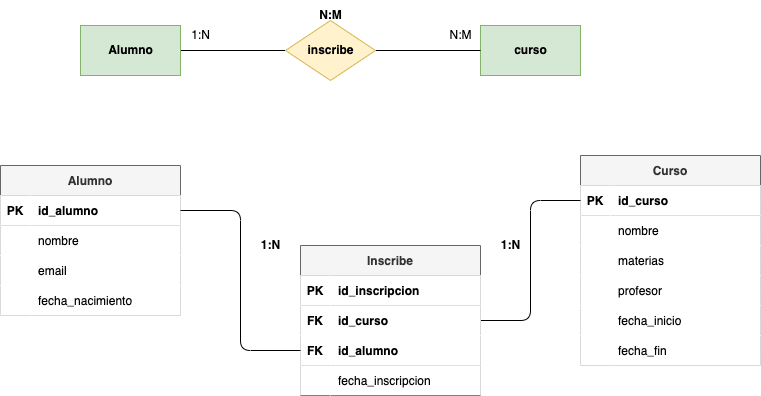
This is tareas/tarea-3/images/ejercicio6.drawio.png from deylansystem/actividadesBAE, a draw.io export, as it was before one commit. Source tidied: cells renumbered, new cells last; positions are measured from the earlier drawing's top-left corner, leaving out a move shared by most shapes.
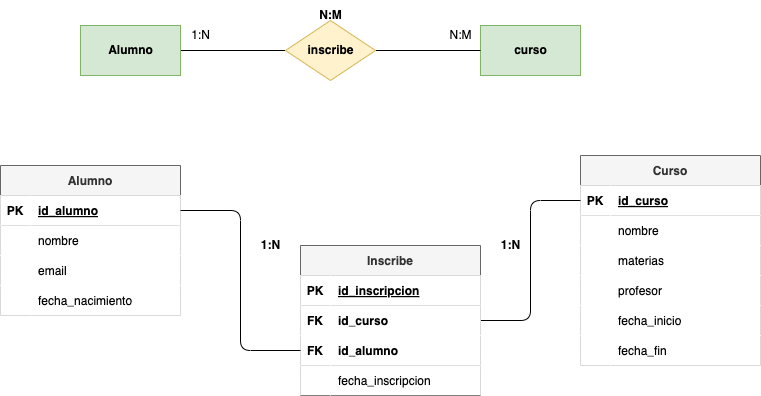
The same file after the commit.

What changed in the source:
```diff
@@ -35,7 +35,7 @@
     <mxCell id="12" value="PK" style="shape=partialRectangle;fillColor=#FFFFFF;top=0;left=0;bottom=0;right=0;fontStyle=1;overflow=hidden;fontColor=#000000;" parent="11" vertex="1">
       <mxGeometry width="30" height="30" as="geometry" />
     </mxCell>
-    <mxCell id="13" value="id_alumno" style="shape=partialRectangle;fillColor=#FFFFFF;top=0;left=0;bottom=0;right=0;align=left;spacingLeft=6;fontStyle=1;overflow=hidden;fontColor=#000000;" parent="11" vertex="1">
+    <mxCell id="13" value="id_alumno" style="shape=partialRectangle;fillColor=#FFFFFF;top=0;left=0;bottom=0;right=0;align=left;spacingLeft=6;fontStyle=5;overflow=hidden;fontColor=#000000;" parent="11" vertex="1">
       <mxGeometry x="30" width="150" height="30" as="geometry" />
     </mxCell>
     <mxCell id="14" style="shape=tableRow;horizontal=0;startSize=0;swimlaneHead=0;swimlaneBody=0;fillColor=#FFFFFF;top=0;left=0;right=0;bottom=0;fontColor=#000000;" parent="10" vertex="1">
@@ -74,7 +74,7 @@
     <mxCell id="25" value="PK" style="shape=partialRectangle;fillColor=#FFFFFF;top=0;left=0;bottom=0;right=0;fontStyle=1;overflow=hidden;fontColor=#000000;" parent="24" vertex="1">
       <mxGeometry width="30" height="30" as="geometry" />
     </mxCell>
-    <mxCell id="26" value="id_curso" style="shape=partialRectangle;fillColor=#FFFFFF;top=0;left=0;bottom=0;right=0;align=left;spacingLeft=6;fontStyle=1;overflow=hidden;fontColor=#000000;" parent="24" vertex="1">
+    <mxCell id="26" value="id_curso" style="shape=partialRectangle;fillColor=#FFFFFF;top=0;left=0;bottom=0;right=0;align=left;spacingLeft=6;fontStyle=5;overflow=hidden;fontColor=#000000;" parent="24" vertex="1">
       <mxGeometry x="30" width="150" height="30" as="geometry" />
     </mxCell>
     <mxCell id="27" style="shape=tableRow;horizontal=0;startSize=0;swimlaneHead=0;swimlaneBody=0;fillColor=#FFFFFF;top=0;left=0;right=0;bottom=0;fontColor=#000000;" parent="23" vertex="1">
@@ -134,7 +134,7 @@
     <mxCell id="45" value="PK" style="shape=partialRectangle;fillColor=#FFFFFF;top=0;left=0;bottom=0;right=0;fontStyle=1;overflow=hidden;fontColor=#000000;" parent="44" vertex="1">
       <mxGeometry width="30" height="30" as="geometry" />
     </mxCell>
-    <mxCell id="46" value="id_inscripcion" style="shape=partialRectangle;fillColor=#FFFFFF;top=0;left=0;bottom=0;right=0;align=left;spacingLeft=6;fontStyle=1;overflow=hidden;fontColor=#000000;" parent="44" vertex="1">
+    <mxCell id="46" value="id_inscripcion" style="shape=partialRectangle;fillColor=#FFFFFF;top=0;left=0;bottom=0;right=0;align=left;spacingLeft=6;fontStyle=5;overflow=hidden;fontColor=#000000;" parent="44" vertex="1">
       <mxGeometry x="30" width="150" height="30" as="geometry" />
     </mxCell>
     <mxCell id="47" style="shape=tableRow;horizontal=0;startSize=0;swimlaneHead=0;swimlaneBody=0;fillColor=#FFFFFF;top=0;left=0;right=0;bottom=0;fontColor=#000000;" parent="43" vertex="1">
```
